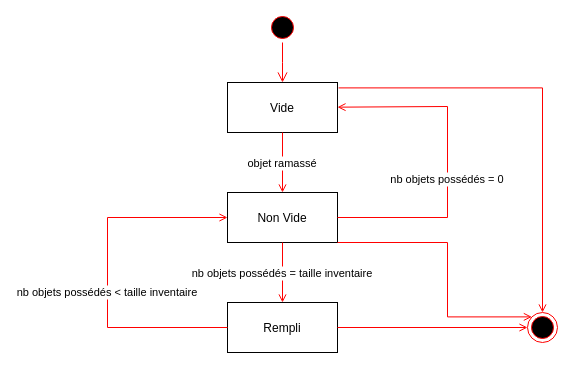
Earlier version of the draw.io diagram Diagrammes/Diagrammes d'états/Diagramme etat - Inventaire.drawio (Eoloc/M1MIAGE_ProjetUML). Source tidied: cells renumbered, new cells numbered last; positions are measured from the earlier drawing's top-left corner, leaving out a move shared by most shapes. Both pictures are drawn from the tidied source at 100%, with x=0, y=0 at pixel (107, 12).
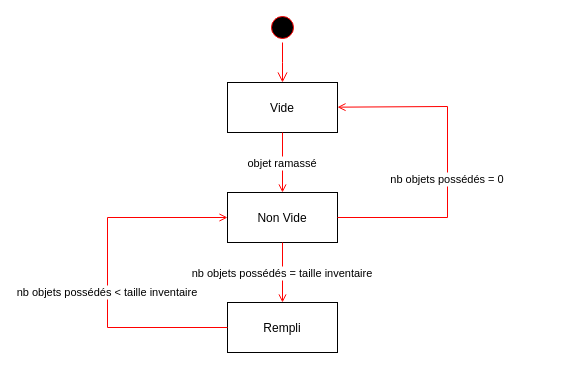
After the change.

Commit message (it also covers changes not shown here):
Fix diagrammes d'états

The change refers to these unchanged cells:
```xml
<mxCell id="5" value="Vide" parent="1" vertex="1">
  <mxGeometry x="120" y="70" width="110" height="50" as="geometry" />
</mxCell>
<mxCell id="6" value="Non Vide" parent="1" vertex="1">
  <mxGeometry x="120" y="180" width="110" height="50" as="geometry" />
</mxCell>
<mxCell id="8" value="Rempli" parent="1" vertex="1">
  <mxGeometry x="120" y="290" width="110" height="50" as="geometry" />
</mxCell>
```

Diff of the diagram source:
```diff
@@
-    <mxCell id="2" style="ellipse;shape=endState;fillColor=#000000;strokeColor=#ff0000;" parent="1" vertex="1">
-      <mxGeometry x="420" y="300" width="30" height="30" as="geometry" />
-    </mxCell>
@@
-    <mxCell id="12" style="endArrow=open;strokeColor=#FF0000;endFill=1;rounded=0;" parent="1" edge="1" source="8" target="2">
-      <mxGeometry relative="1" as="geometry" />
-    </mxCell>
-    <mxCell id="13" style="endArrow=open;strokeColor=#FF0000;endFill=1;rounded=0;entryX=0;entryY=0;entryDx=0;entryDy=0;exitX=1;exitY=1;exitDx=0;exitDy=0;edgeStyle=orthogonalEdgeStyle;" parent="1" edge="1" source="6" target="2">
-      <mxGeometry relative="1" as="geometry">
-        <Array as="points">
-          <mxPoint x="340" y="230" />
-          <mxPoint x="340" y="304" />
-        </Array>
-      </mxGeometry>
-    </mxCell>
-    <mxCell id="14" style="endArrow=open;strokeColor=#FF0000;endFill=1;rounded=0;exitX=1.01;exitY=0.108;exitDx=0;exitDy=0;exitPerimeter=0;entryX=0.5;entryY=0;entryDx=0;entryDy=0;edgeStyle=orthogonalEdgeStyle;" parent="1" edge="1" source="5" target="2">
-      <mxGeometry relative="1" as="geometry" />
-    </mxCell>
```
